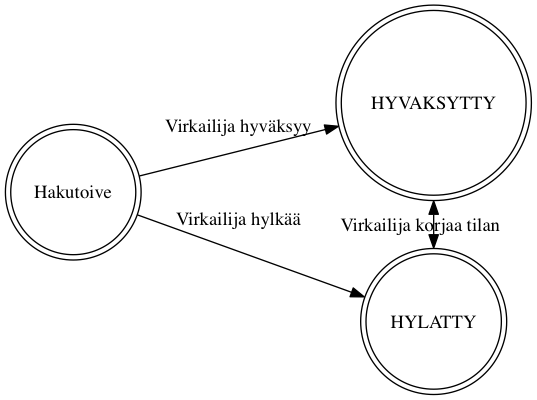
Earlier version of the Graphviz export img/valintatila_ilman_sijoittelua.png (Opetushallitus/dokumentaatio). Its source is kept beside it as dot/valintatila_ilman_sijoittelua.dot.
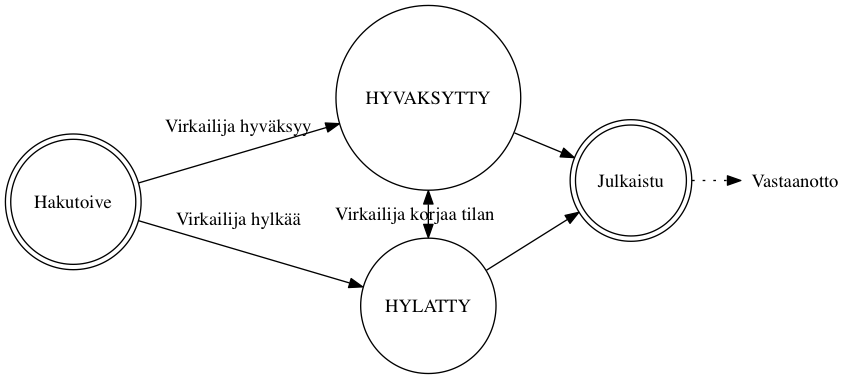
The same file after the commit.

Commit message:
Lisää julkaistu lopputila valintatiloille

Change to the diagram source:
```diff
@@ -5,11 +5,14 @@
   {
       rank=same
       HYVAKSYTTY -> HYLATTY [dir=both label="Virkailija korjaa tilan"]
-      HYVAKSYTTY [shape=doublecircle];
-      HYLATTY [shape=doublecircle];
   }
+
+  HYVAKSYTTY, HYLATTY -> Julkaistu
+  Julkaistu -> Vastaanotto [style=dotted]
+  Vastaanotto [shape=none]
 
   Hakutoive -> HYLATTY [label="Virkailija hylkää"]
   Hakutoive -> HYVAKSYTTY [label="Virkailija hyväksyy"]
   Hakutoive [shape=doublecircle];
+  Julkaistu [shape=doublecircle];
 }
```
